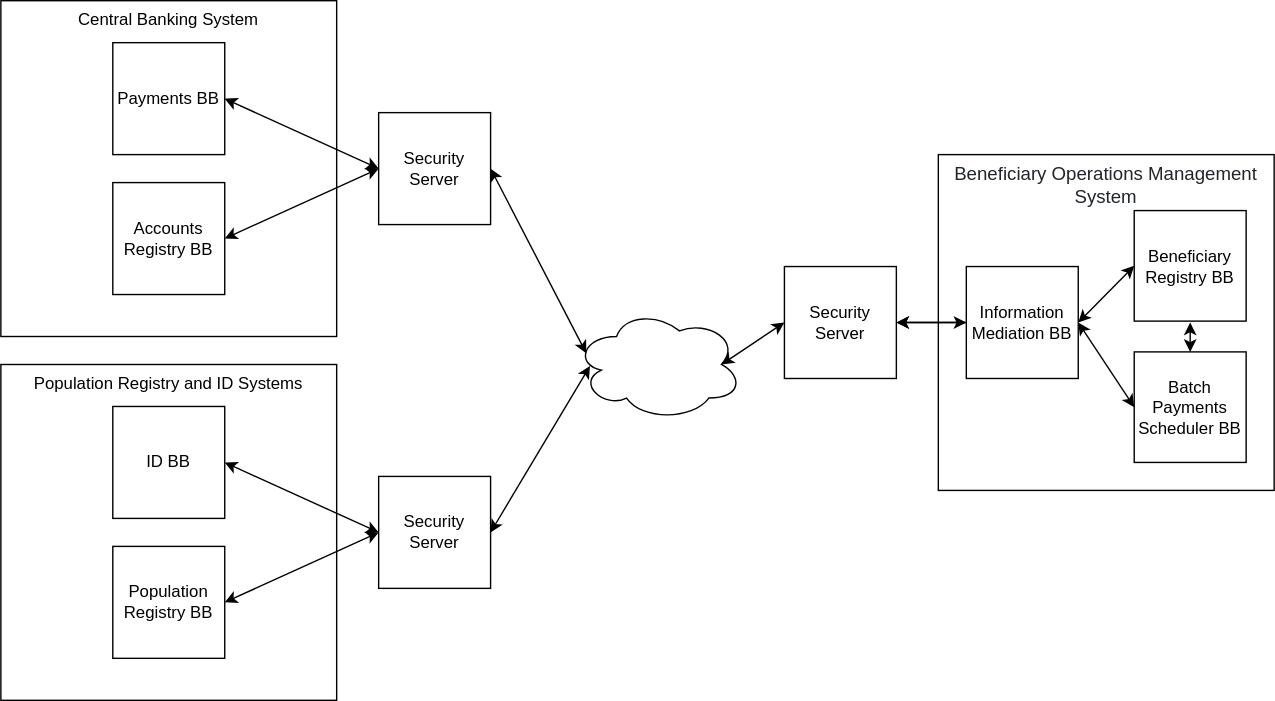
Before: UnconditionalSocialCashTransfer.svg, a diagram exported from draw.io (GovStackWorkingGroup/BuildingBlockAPI). Source tidied: cells renumbered, new cells last; positions are measured from the earlier drawing's top-left corner, leaving out a move shared by most shapes. Source of this version:
```xml
<mxGraphModel>
  <root>
    <mxCell id="0" />
    <mxCell id="1" parent="0" />
    <mxCell id="2" value="Population Registry and ID Systems" style="whiteSpace=wrap;html=1;verticalAlign=top;" parent="1" vertex="1">
      <mxGeometry y="260" width="240" height="240" as="geometry" />
    </mxCell>
    <mxCell id="3" value="ID BB" style="whiteSpace=wrap;html=1;" parent="1" vertex="1">
      <mxGeometry x="80" y="290" width="80" height="80" as="geometry" />
    </mxCell>
    <mxCell id="4" style="ellipse;shape=cloud;whiteSpace=wrap;html=1;" parent="1" vertex="1">
      <mxGeometry x="410" y="220" width="120" height="80" as="geometry" />
    </mxCell>
    <mxCell id="5" style="endArrow=classic;startArrow=classic;html=1;entryX=0;entryY=0.5;entryDx=0;entryDy=0;exitX=0.875;exitY=0.5;exitDx=0;exitDy=0;exitPerimeter=0;" parent="1" edge="1" source="4" target="22">
      <mxGeometry relative="1" as="geometry" />
    </mxCell>
    <mxCell id="6" style="endArrow=classic;startArrow=classic;html=1;entryX=0;entryY=0.5;entryDx=0;entryDy=0;exitX=1;exitY=0.5;exitDx=0;exitDy=0;" parent="1" edge="1" source="3" target="9">
      <mxGeometry relative="1" as="geometry" />
    </mxCell>
    <mxCell id="7" value="Population Registry BB" style="whiteSpace=wrap;html=1;" parent="1" vertex="1">
      <mxGeometry x="80" y="390" width="80" height="80" as="geometry" />
    </mxCell>
    <mxCell id="8" style="endArrow=classic;startArrow=classic;html=1;entryX=0;entryY=0.5;entryDx=0;entryDy=0;exitX=1;exitY=0.5;exitDx=0;exitDy=0;" parent="1" edge="1" source="7" target="9">
      <mxGeometry relative="1" as="geometry" />
    </mxCell>
    <mxCell id="9" value="Security Server" style="whiteSpace=wrap;html=1;" parent="1" vertex="1">
      <mxGeometry x="270" y="340" width="80" height="80" as="geometry" />
    </mxCell>
    <mxCell id="10" style="endArrow=classic;startArrow=classic;html=1;exitX=1;exitY=0.5;exitDx=0;exitDy=0;entryX=0.092;entryY=0.513;entryDx=0;entryDy=0;entryPerimeter=0;" parent="1" edge="1" source="9" target="4">
      <mxGeometry relative="1" as="geometry" />
    </mxCell>
    <mxCell id="11" value="Central Banking System" style="whiteSpace=wrap;html=1;verticalAlign=top;" parent="1" vertex="1">
      <mxGeometry width="240" height="240" as="geometry" />
    </mxCell>
    <mxCell id="12" value="Payments BB" style="whiteSpace=wrap;html=1;" parent="1" vertex="1">
      <mxGeometry x="80" y="30" width="80" height="80" as="geometry" />
    </mxCell>
    <mxCell id="13" value="Accounts Registry BB" style="whiteSpace=wrap;html=1;" parent="1" vertex="1">
      <mxGeometry x="80" y="130" width="80" height="80" as="geometry" />
    </mxCell>
    <mxCell id="14" value="Security Server" style="whiteSpace=wrap;html=1;" parent="1" vertex="1">
      <mxGeometry x="270" y="80" width="80" height="80" as="geometry" />
    </mxCell>
    <mxCell id="15" style="endArrow=classic;startArrow=classic;html=1;exitX=1;exitY=0.5;exitDx=0;exitDy=0;entryX=0.07;entryY=0.4;entryDx=0;entryDy=0;entryPerimeter=0;" parent="1" edge="1" source="14" target="4">
      <mxGeometry relative="1" as="geometry" />
    </mxCell>
    <mxCell id="16" style="endArrow=classic;startArrow=classic;html=1;entryX=0;entryY=0.5;entryDx=0;entryDy=0;exitX=1;exitY=0.5;exitDx=0;exitDy=0;" parent="1" edge="1">
      <mxGeometry relative="1" as="geometry">
        <mxPoint x="160" y="70" as="sourcePoint" />
        <mxPoint x="270" y="120" as="targetPoint" />
      </mxGeometry>
    </mxCell>
    <mxCell id="17" style="endArrow=classic;startArrow=classic;html=1;entryX=0;entryY=0.5;entryDx=0;entryDy=0;exitX=1;exitY=0.5;exitDx=0;exitDy=0;" parent="1" edge="1">
      <mxGeometry relative="1" as="geometry">
        <mxPoint x="160" y="170" as="sourcePoint" />
        <mxPoint x="270" y="120" as="targetPoint" />
      </mxGeometry>
    </mxCell>
    <mxCell id="18" style="group;" parent="1" vertex="1">
      <mxGeometry x="560" y="110" width="350" height="240" as="geometry" />
    </mxCell>
    <mxCell id="19" value="&lt;span id=&quot;docs-internal-guid-d1cbb6c7-7fff-2ffb-d0a0-957149ed9853&quot;&gt;&lt;span style=&quot;font-size: 10pt ; font-family: &amp;#34;arial&amp;#34; ; color: rgb(33 , 37 , 41) ; background-color: transparent ; vertical-align: baseline&quot;&gt;Beneficiary Operations Management System&lt;/span&gt;&lt;/span&gt;" style="whiteSpace=wrap;html=1;verticalAlign=top;" parent="18" vertex="1">
      <mxGeometry x="110" width="240" height="240" as="geometry" />
    </mxCell>
    <mxCell id="20" value="Beneficiary Registry BB" style="whiteSpace=wrap;html=1;" parent="18" vertex="1">
      <mxGeometry x="250" y="40" width="80" height="79" as="geometry" />
    </mxCell>
    <mxCell id="21" value="Information Mediation BB" style="whiteSpace=wrap;html=1;" parent="18" vertex="1">
      <mxGeometry x="130" y="80" width="80" height="80" as="geometry" />
    </mxCell>
    <mxCell id="22" value="Security Server" style="whiteSpace=wrap;html=1;" parent="18" vertex="1">
      <mxGeometry y="80" width="80" height="80" as="geometry" />
    </mxCell>
    <mxCell id="23" style="endArrow=classic;startArrow=classic;html=1;entryX=0;entryY=0.5;entryDx=0;entryDy=0;exitX=1;exitY=0.5;exitDx=0;exitDy=0;" parent="18" edge="1" source="22" target="21">
      <mxGeometry relative="1" as="geometry" />
    </mxCell>
    <mxCell id="24" style="edgeStyle=orthogonalEdgeStyle;rounded=0;jettySize=auto;html=1;" parent="18" edge="1" source="21" target="22">
      <mxGeometry relative="1" as="geometry" />
    </mxCell>
    <mxCell id="25" style="endArrow=classic;startArrow=classic;html=1;exitX=1;exitY=0.5;exitDx=0;exitDy=0;entryX=0;entryY=0.5;entryDx=0;entryDy=0;" parent="18" edge="1" source="21" target="20">
      <mxGeometry relative="1" as="geometry" />
    </mxCell>
    <mxCell id="26" value="Batch Payments Scheduler BB" style="whiteSpace=wrap;html=1;" parent="18" vertex="1">
      <mxGeometry x="250" y="141" width="80" height="79" as="geometry" />
    </mxCell>
    <mxCell id="27" style="endArrow=classic;startArrow=classic;html=1;entryX=0;entryY=0.5;entryDx=0;entryDy=0;" parent="18" edge="1" target="26">
      <mxGeometry relative="1" as="geometry">
        <mxPoint x="210" y="120" as="sourcePoint" />
      </mxGeometry>
    </mxCell>
    <mxCell id="28" style="endArrow=classic;startArrow=classic;html=1;" parent="18" edge="1" target="26">
      <mxGeometry relative="1" as="geometry">
        <mxPoint x="290" y="120" as="sourcePoint" />
      </mxGeometry>
    </mxCell>
  </root>
</mxGraphModel>
```
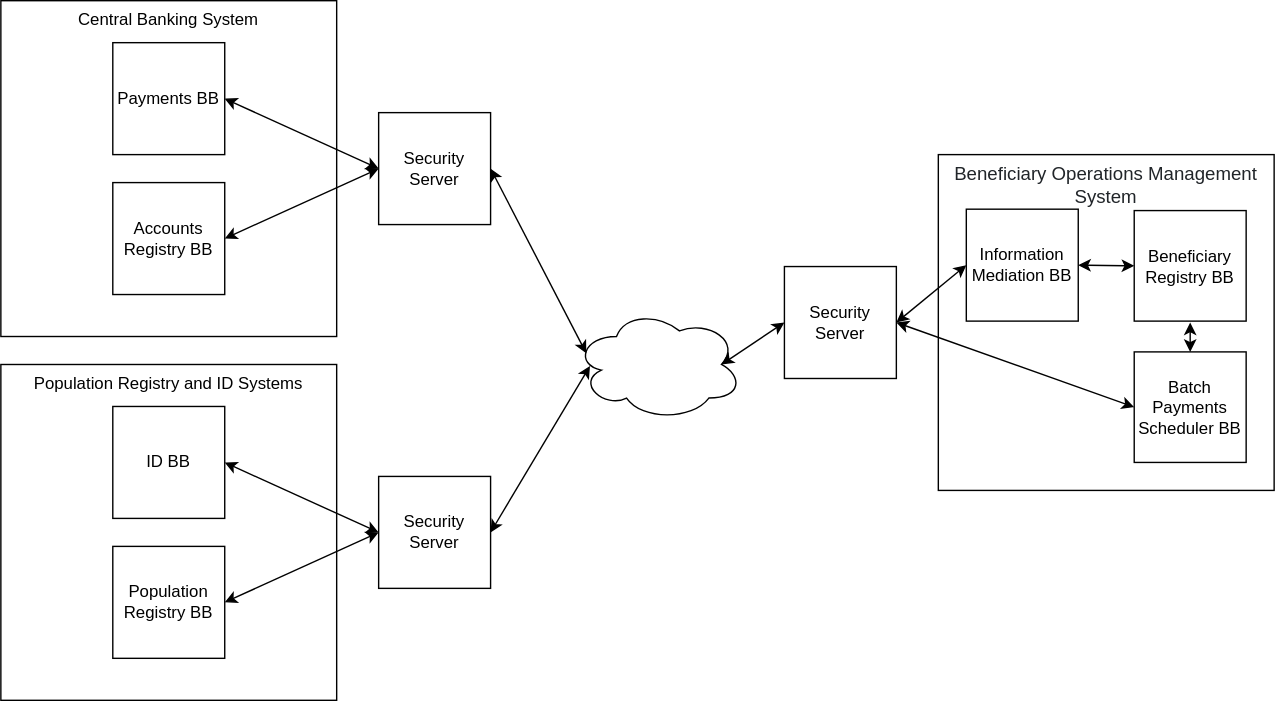
After the commit.

What changed in the source:
```diff
@@ -66,7 +66,7 @@
       <mxGeometry x="250" y="40" width="80" height="79" as="geometry" />
     </mxCell>
     <mxCell id="21" value="Information Mediation BB" style="whiteSpace=wrap;html=1;" parent="18" vertex="1">
-      <mxGeometry x="130" y="80" width="80" height="80" as="geometry" />
+      <mxGeometry x="130" y="39" width="80" height="80" as="geometry" />
     </mxCell>
     <mxCell id="22" value="Security Server" style="whiteSpace=wrap;html=1;" parent="18" vertex="1">
       <mxGeometry y="80" width="80" height="80" as="geometry" />
@@ -74,19 +74,14 @@
     <mxCell id="23" style="endArrow=classic;startArrow=classic;html=1;entryX=0;entryY=0.5;entryDx=0;entryDy=0;exitX=1;exitY=0.5;exitDx=0;exitDy=0;" parent="18" edge="1" source="22" target="21">
       <mxGeometry relative="1" as="geometry" />
     </mxCell>
-    <mxCell id="24" style="edgeStyle=orthogonalEdgeStyle;rounded=0;jettySize=auto;html=1;" parent="18" edge="1" source="21" target="22">
-      <mxGeometry relative="1" as="geometry" />
-    </mxCell>
     <mxCell id="25" style="endArrow=classic;startArrow=classic;html=1;exitX=1;exitY=0.5;exitDx=0;exitDy=0;entryX=0;entryY=0.5;entryDx=0;entryDy=0;" parent="18" edge="1" source="21" target="20">
       <mxGeometry relative="1" as="geometry" />
     </mxCell>
     <mxCell id="26" value="Batch Payments Scheduler BB" style="whiteSpace=wrap;html=1;" parent="18" vertex="1">
       <mxGeometry x="250" y="141" width="80" height="79" as="geometry" />
     </mxCell>
-    <mxCell id="27" style="endArrow=classic;startArrow=classic;html=1;entryX=0;entryY=0.5;entryDx=0;entryDy=0;" parent="18" edge="1" target="26">
-      <mxGeometry relative="1" as="geometry">
-        <mxPoint x="210" y="120" as="sourcePoint" />
-      </mxGeometry>
+    <mxCell id="27" style="endArrow=classic;startArrow=classic;html=1;entryX=0;entryY=0.5;entryDx=0;entryDy=0;exitX=1;exitY=0.5;exitDx=0;exitDy=0;" parent="18" edge="1" source="22" target="26">
+      <mxGeometry relative="1" as="geometry" />
     </mxCell>
     <mxCell id="28" style="endArrow=classic;startArrow=classic;html=1;" parent="18" edge="1" target="26">
       <mxGeometry relative="1" as="geometry">
```
